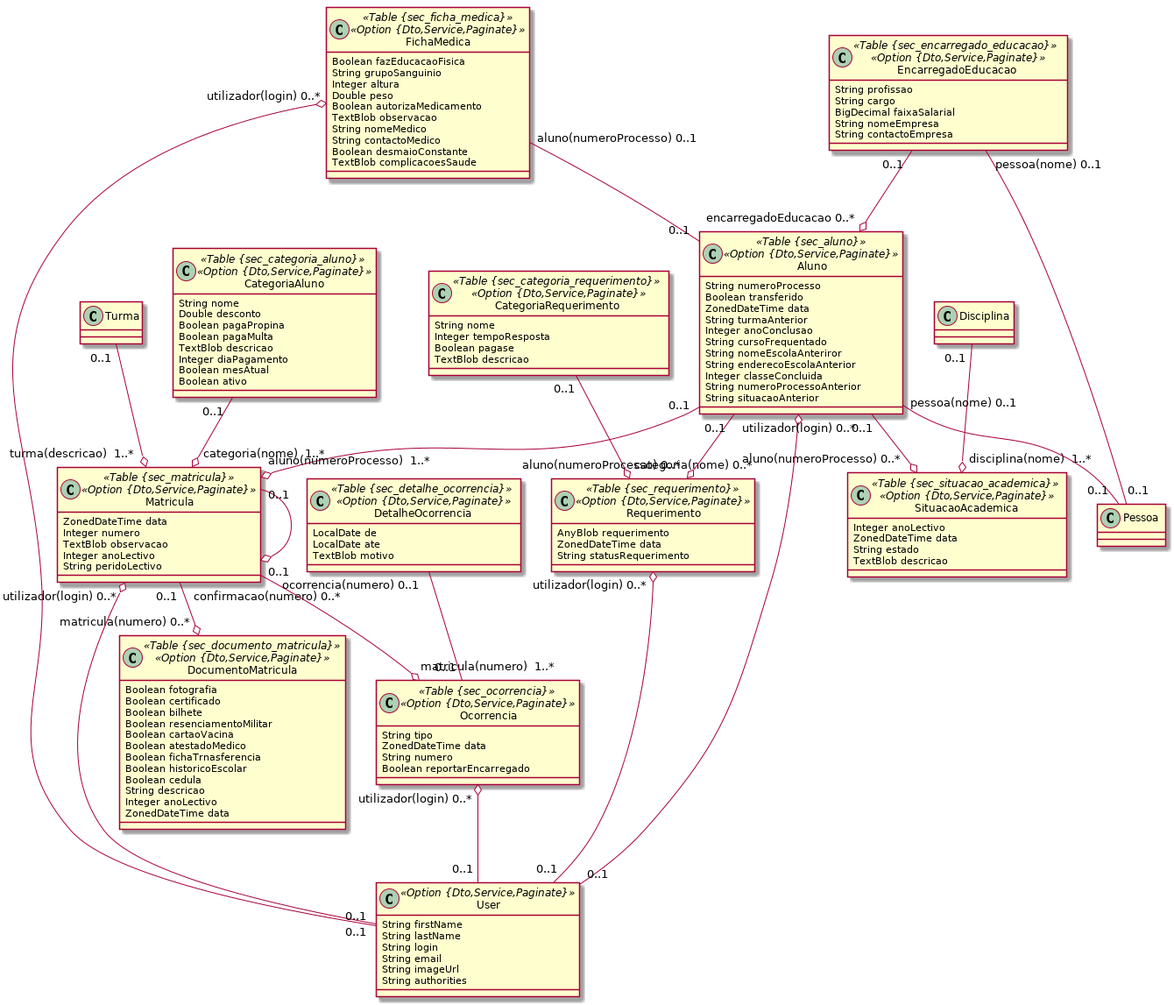
Earlier version of the PlantUML export domain-ensino/3secretaria.png (ravunana/manda-ensino).
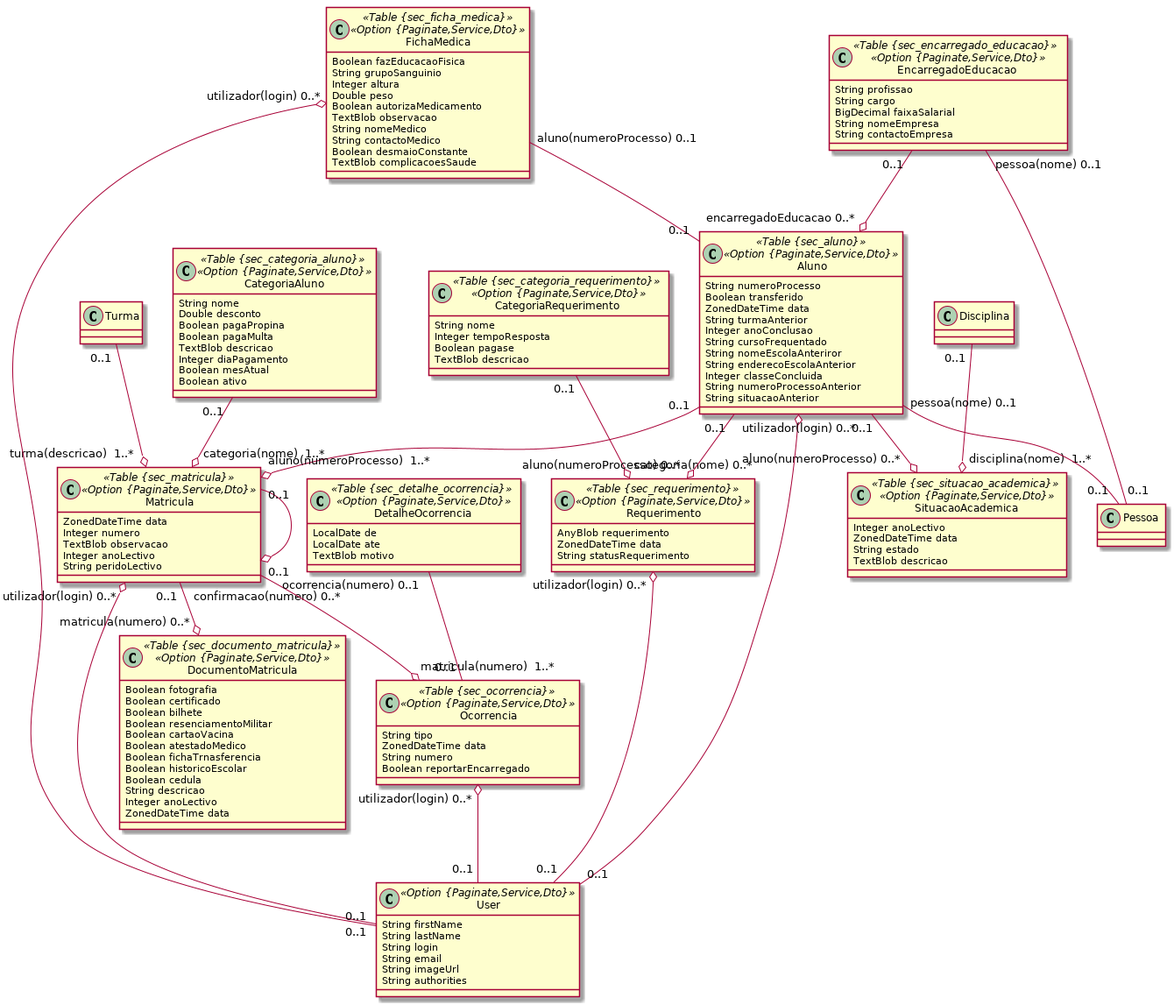
Later version of the same file.

Commit message:
detalhe da pagamento customizado

Change to the diagram source:
```diff
@@ -1,6 +1,6 @@
 @startuml
 	!pragma syntax class
-	class CategoriaAluno <<Table {sec_categoria_aluno}>><<Option {Dto,Service,Paginate}>> {
+	class CategoriaAluno <<Table {sec_categoria_aluno}>><<Option {Paginate,Service,Dto}>> {
 		String nome
 		Double desconto
 		Boolean pagaPropina
@@ -10,18 +10,18 @@
 		Boolean mesAtual
 		Boolean ativo
 	}
-	class Ocorrencia <<Table {sec_ocorrencia}>><<Option {Dto,Service,Paginate}>> {
+	class Ocorrencia <<Table {sec_ocorrencia}>><<Option {Paginate,Service,Dto}>> {
 		String tipo
 		ZonedDateTime data
 		String numero
 		Boolean reportarEncarregado
 	}
-	class DetalheOcorrencia <<Table {sec_detalhe_ocorrencia}>><<Option {Dto,Service,Paginate}>> {
+	class DetalheOcorrencia <<Table {sec_detalhe_ocorrencia}>><<Option {Paginate,Service,Dto}>> {
 		LocalDate de
 		LocalDate ate
 		TextBlob motivo
 	}
-	class FichaMedica <<Table {sec_ficha_medica}>><<Option {Dto,Service,Paginate}>> {
+	class FichaMedica <<Table {sec_ficha_medica}>><<Option {Paginate,Service,Dto}>> {
 		Boolean fazEducacaoFisica
 		String grupoSanguinio
 		Integer altura
@@ -33,7 +33,7 @@
 		Boolean desmaioConstante
 		TextBlob complicacoesSaude
 	}
-	class Aluno <<Table {sec_aluno}>><<Option {Dto,Service,Paginate}>> {
+	class Aluno <<Table {sec_aluno}>><<Option {Paginate,Service,Dto}>> {
 		String numeroProcesso
 		Boolean transferido
 		ZonedDateTime data
@@ -46,27 +46,27 @@
 		String numeroProcessoAnterior
 		String situacaoAnterior
 	}
-	class SituacaoAcademica <<Table {sec_situacao_academica}>><<Option {Dto,Service,Paginate}>> {
+	class SituacaoAcademica <<Table {sec_situacao_academica}>><<Option {Paginate,Service,Dto}>> {
 		Integer anoLectivo
 		ZonedDateTime data
 		String estado
 		TextBlob descricao
 	}
-	class EncarregadoEducacao <<Table {sec_encarregado_educacao}>><<Option {Dto,Service,Paginate}>> {
+	class EncarregadoEducacao <<Table {sec_encarregado_educacao}>><<Option {Paginate,Service,Dto}>> {
 		String profissao
 		String cargo
 		BigDecimal faixaSalarial
 		String nomeEmpresa
 		String contactoEmpresa
 	}
-	class Matricula <<Table {sec_matricula}>><<Option {Dto,Service,Paginate}>> {
+	class Matricula <<Table {sec_matricula}>><<Option {Paginate,Service,Dto}>> {
 		ZonedDateTime data
 		Integer numero
 		TextBlob observacao
 		Integer anoLectivo
 		String peridoLectivo
 	}
-	class DocumentoMatricula <<Table {sec_documento_matricula}>><<Option {Dto,Service,Paginate}>> {
+	class DocumentoMatricula <<Table {sec_documento_matricula}>><<Option {Paginate,Service,Dto}>> {
 		Boolean fotografia
 		Boolean certificado
 		Boolean bilhete
@@ -80,13 +80,13 @@
 		Integer anoLectivo
 		ZonedDateTime data
 	}
-	class CategoriaRequerimento <<Table {sec_categoria_requerimento}>><<Option {Dto,Service,Paginate}>> {
+	class CategoriaRequerimento <<Table {sec_categoria_requerimento}>><<Option {Paginate,Service,Dto}>> {
 		String nome
 		Integer tempoResposta
 		Boolean pagase
 		TextBlob descricao
 	}
-	class Requerimento <<Table {sec_requerimento}>><<Option {Dto,Service,Paginate}>> {
+	class Requerimento <<Table {sec_requerimento}>><<Option {Paginate,Service,Dto}>> {
 		AnyBlob requerimento
 		ZonedDateTime data
 		String statusRequerimento
@@ -111,7 +111,7 @@
 	Ocorrencia  "utilizador(login) 0..* " o-- "0..1 "  User
 	FichaMedica  "utilizador(login) 0..* " o-- "0..1 "  User
 	Requerimento  "utilizador(login) 0..* " o-- "0..1 "  User
-	class User <<Option {Dto,Service,Paginate}>> {
+	class User <<Option {Paginate,Service,Dto}>> {
 		String firstName
 		String lastName
 		String login
```
